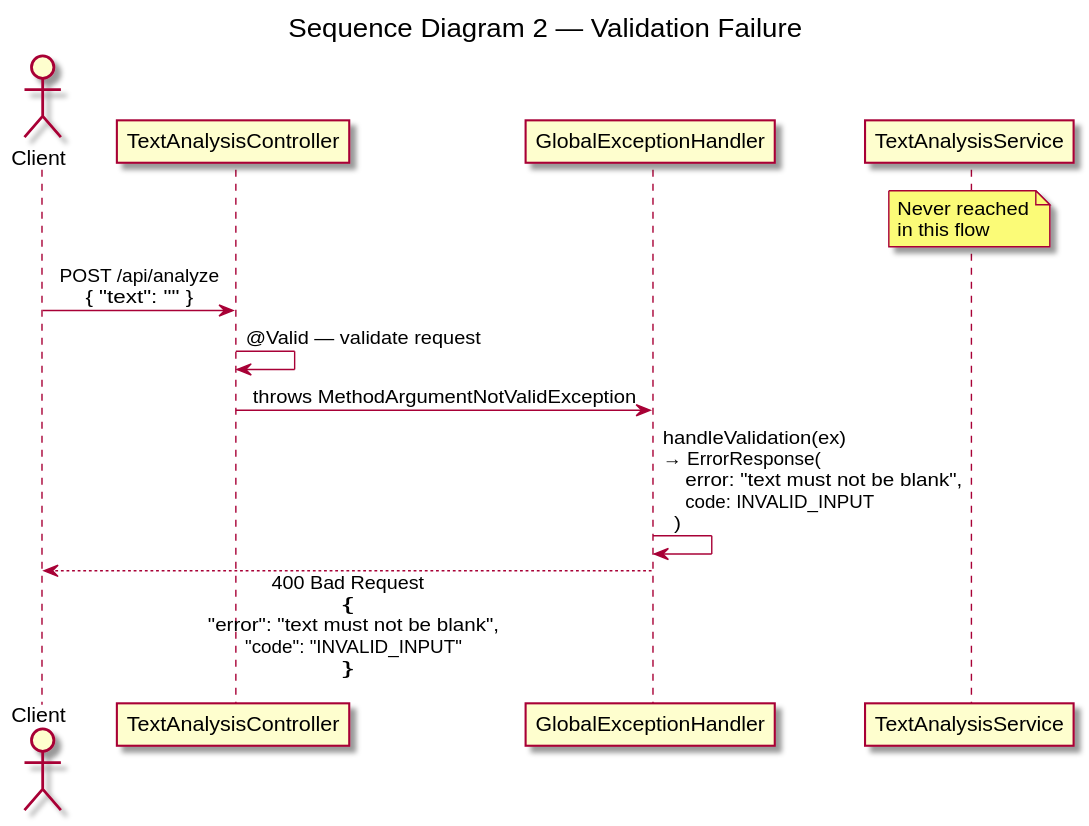
This is diagrams/docs/sequence-validation-failure.svg from Buffden/ai-text-intelligence-dashboard, a PlantUML export, as it was before one commit. Its diagram source:
```plantuml
@startuml sequence-validation-failure

title Sequence Diagram 2 — Validation Failure

skinparam sequenceMessageAlign center
skinparam responseMessageBelowArrow true

actor       Client
participant "TextAnalysisController"  as Controller
participant "GlobalExceptionHandler"  as Handler
participant "TextAnalysisService"     as Service

note over Service : Never reached\nin this flow

Client -> Controller : POST /api/analyze\n{ "text": "" }

Controller -> Controller : @Valid — validate request

Controller -> Handler : throws MethodArgumentNotValidException

Handler -> Handler : handleValidation(ex)\n→ ErrorResponse(\n    error: "text must not be blank",\n    code: INVALID_INPUT\n  )

Handler --> Client : 400 Bad Request\n{\n  "error": "text must not be blank",\n  "code": "INVALID_INPUT"\n}

@enduml
```
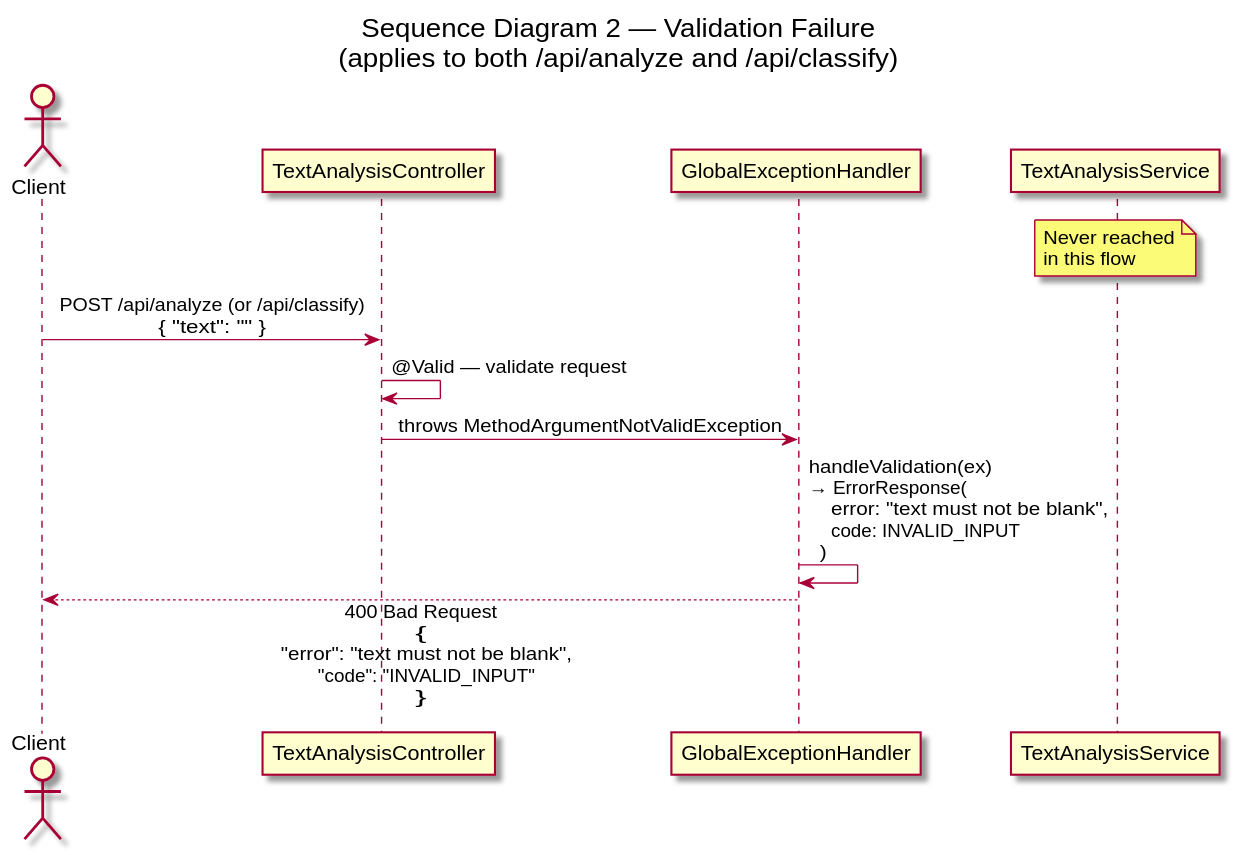
After the commit.

Change to the diagram source:
```diff
@@ -1,6 +1,6 @@
 @startuml sequence-validation-failure
 
-title Sequence Diagram 2 — Validation Failure
+title Sequence Diagram 2 — Validation Failure\n(applies to both /api/analyze and /api/classify)
 
 skinparam sequenceMessageAlign center
 skinparam responseMessageBelowArrow true
@@ -12,7 +12,7 @@
 
 note over Service : Never reached\nin this flow
 
-Client -> Controller : POST /api/analyze\n{ "text": "" }
+Client -> Controller : POST /api/analyze (or /api/classify)\n{ "text": "" }
 
 Controller -> Controller : @Valid — validate request
 
```
